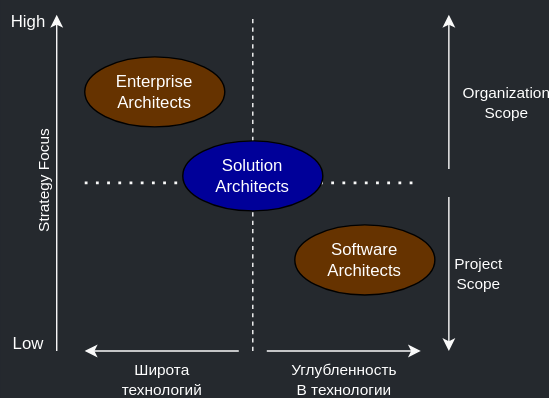
Before: 1. Tech Skills/0. Архитектура/0. Solution Architecture/schemas/arch_lanscape.svg, a diagram exported from draw.io (aleksei-khitev/knowledge_base). Source tidied: cells renumbered, new cells last; positions are measured from the earlier drawing's top-left corner, leaving out a move shared by most shapes.
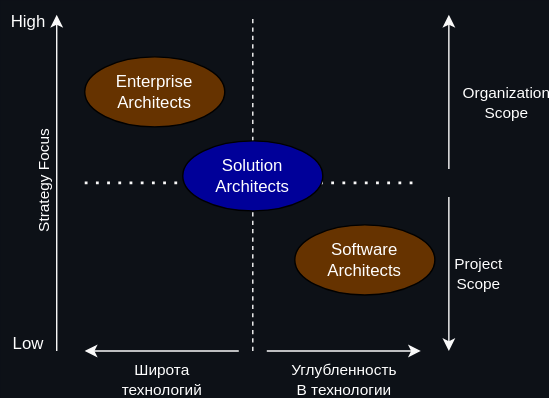
After the change.

Commit message:
llm, arch

Diff of the diagram source:
```diff
@@ -1,4 +1,4 @@
-<mxGraphModel background="#25292e">
+<mxGraphModel background="#0d1117">
   <root>
     <mxCell id="0" />
     <mxCell id="1" parent="0" />
```
